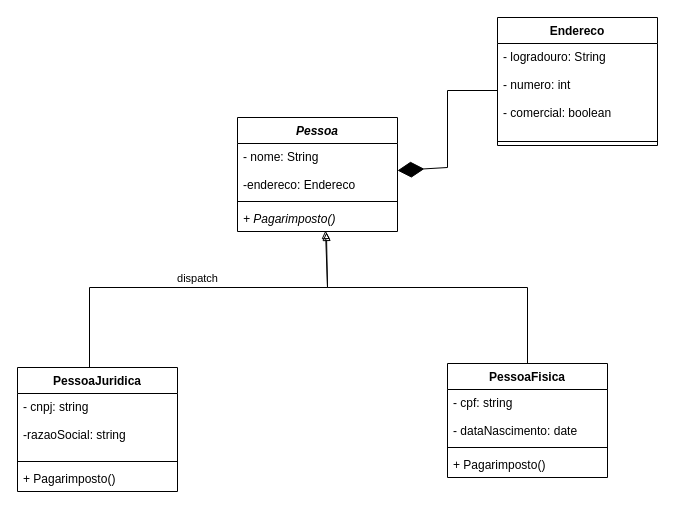
alex-sanderrosario/PFS_T17 keeps this draw.io diagram as UC12/ER1/atividade1_ER1.drawio. Above is the earlier version. Source tidied: cells renumbered, new cells numbered last; positions are measured from the earlier drawing's top-left corner, leaving out a move shared by most shapes. Both pictures are drawn from the tidied source at 100%, with x=0, y=0 at pixel (17, 17).
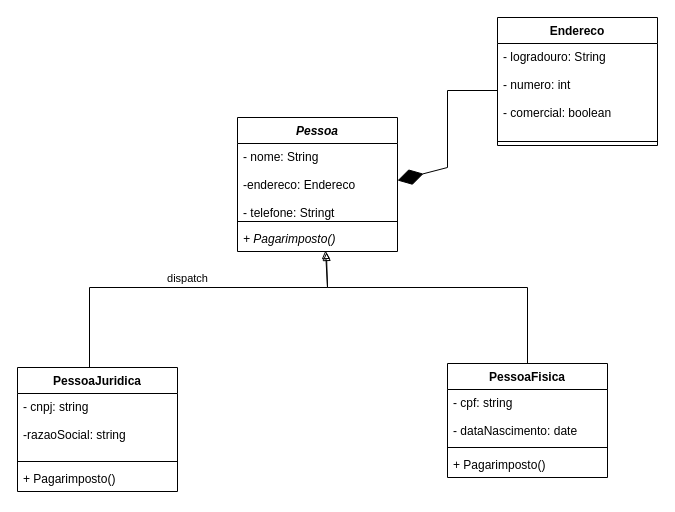
The same diagram, later.

What changed in the source:
```diff
@@
     <mxCell id="11" value="Pessoa" style="swimlane;fontStyle=3;align=center;verticalAlign=top;horizontal=1;startSize=26;" parent="1" vertex="1">
-      <mxGeometry x="220" y="100" width="160" height="114" as="geometry" />
+      <mxGeometry x="220" y="100" width="160" height="134" as="geometry" />
     </mxCell>
-    <mxCell id="12" value="- nome: String&#10;&#10;-endereco: Endereco" style="text;strokeColor=none;fillColor=none;align=left;verticalAlign=top;spacingLeft=4;spacingRight=4;overflow=hidden;points=[[0,0.5],[1,0.5]];portConstraint=eastwest;" parent="11" vertex="1">
-      <mxGeometry y="26" width="160" height="54" as="geometry" />
+    <mxCell id="12" value="- nome: String&#10;&#10;-endereco: Endereco&#10;&#10;- telefone: Stringt" style="text;strokeColor=none;fillColor=none;align=left;verticalAlign=top;spacingLeft=4;spacingRight=4;overflow=hidden;points=[[0,0.5],[1,0.5]];portConstraint=eastwest;" parent="11" vertex="1">
+      <mxGeometry y="26" width="160" height="74" as="geometry" />
     </mxCell>
     <mxCell id="13" style="line;strokeWidth=1;fillColor=none;align=left;verticalAlign=middle;spacingTop=-1;spacingLeft=3;spacingRight=3;labelPosition=right;strokeColor=inherit;" parent="11" vertex="1">
-      <mxGeometry y="80" width="160" height="8" as="geometry" />
+      <mxGeometry y="100" width="160" height="8" as="geometry" />
     </mxCell>
     <mxCell id="14" value="+ Pagarimposto()" style="text;strokeColor=none;fillColor=none;align=left;verticalAlign=top;spacingLeft=4;spacingRight=4;overflow=hidden;points=[[0,0.5],[1,0.5]];portConstraint=eastwest;fontStyle=2;" parent="11" vertex="1">
-      <mxGeometry y="88" width="160" height="26" as="geometry" />
+      <mxGeometry y="108" width="160" height="26" as="geometry" />
     </mxCell>
```
